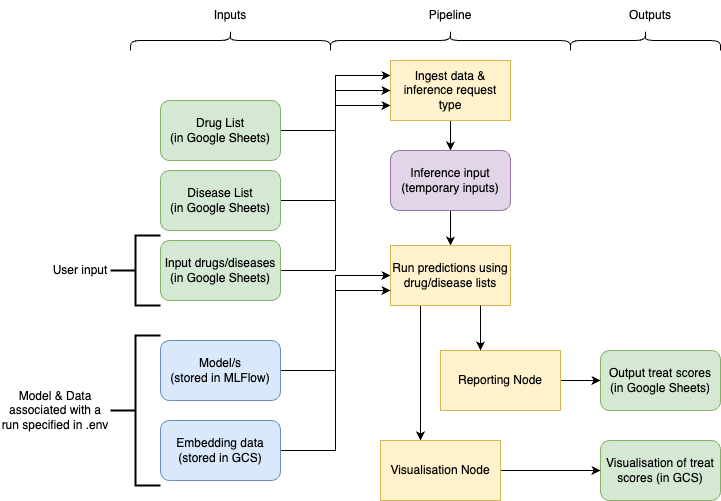
The draw.io diagram docs/src/assets/img/inference.drawio.png in everycure-org/matrix, before a commit. Source tidied: cells renumbered, new cells last; positions are measured from the earlier drawing's top-left corner, leaving out a move shared by most shapes.
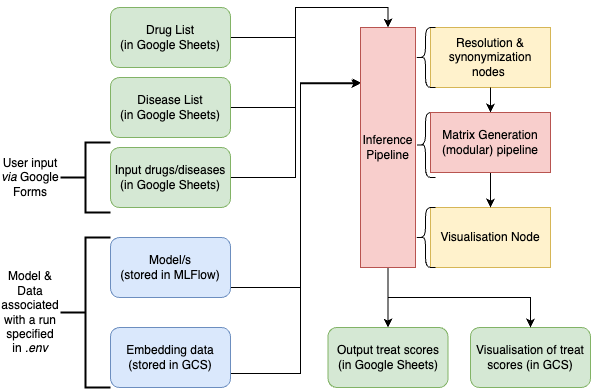
Above is the later version.

Change to the diagram source:
```diff
@@ -2,106 +2,101 @@
   <root>
     <mxCell id="0" />
     <mxCell id="1" parent="0" />
-    <mxCell id="2" style="edgeStyle=orthogonalEdgeStyle;rounded=0;jettySize=auto;html=1;exitX=1;exitY=0.5;exitDx=0;exitDy=0;entryX=0;entryY=0.5;entryDx=0;entryDy=0;" parent="1" edge="1" source="3" target="17">
-      <mxGeometry relative="1" as="geometry" />
+    <mxCell id="2" style="edgeStyle=orthogonalEdgeStyle;rounded=0;jettySize=auto;html=1;exitX=1;exitY=0.5;exitDx=0;exitDy=0;entryX=0.011;entryY=0.23;entryDx=0;entryDy=0;entryPerimeter=0;" parent="1" edge="1" target="40">
+      <mxGeometry relative="1" as="geometry">
+        <mxPoint x="240" y="440" as="sourcePoint" />
+        <Array as="points">
+          <mxPoint x="350" y="440" />
+          <mxPoint x="350" y="235" />
+        </Array>
+      </mxGeometry>
     </mxCell>
     <mxCell id="3" value="Model/s&lt;div&gt;(stored in MLFlow)&lt;/div&gt;" style="rounded=1;whiteSpace=wrap;html=1;fillColor=#dae8fc;strokeColor=#6c8ebf;" parent="1" vertex="1">
-      <mxGeometry x="160" y="420" width="120" height="60" as="geometry" />
+      <mxGeometry x="160" y="390" width="120" height="60" as="geometry" />
     </mxCell>
-    <mxCell id="4" style="edgeStyle=orthogonalEdgeStyle;rounded=0;jettySize=auto;html=1;exitX=1;exitY=0.5;exitDx=0;exitDy=0;entryX=0;entryY=0.75;entryDx=0;entryDy=0;" parent="1" edge="1" source="5" target="13">
+    <mxCell id="4" style="edgeStyle=orthogonalEdgeStyle;rounded=0;jettySize=auto;html=1;exitX=1;exitY=0.5;exitDx=0;exitDy=0;entryX=0.5;entryY=0;entryDx=0;entryDy=0;" parent="1" edge="1" source="5" target="40">
       <mxGeometry relative="1" as="geometry" />
     </mxCell>
     <mxCell id="5" value="Drug List&lt;div&gt;(in Google Sheets)&lt;/div&gt;" style="rounded=1;whiteSpace=wrap;html=1;fillColor=#d5e8d4;strokeColor=#82b366;" parent="1" vertex="1">
-      <mxGeometry x="160" y="180" width="120" height="60" as="geometry" />
+      <mxGeometry x="160" y="160" width="120" height="60" as="geometry" />
     </mxCell>
-    <mxCell id="6" style="edgeStyle=orthogonalEdgeStyle;rounded=0;jettySize=auto;html=1;exitX=1;exitY=0.5;exitDx=0;exitDy=0;entryX=0;entryY=0.25;entryDx=0;entryDy=0;" parent="1" edge="1" source="7" target="13">
+    <mxCell id="6" style="edgeStyle=orthogonalEdgeStyle;rounded=0;jettySize=auto;html=1;exitX=1;exitY=0.5;exitDx=0;exitDy=0;entryX=0.5;entryY=0;entryDx=0;entryDy=0;" parent="1" edge="1" source="7" target="40">
       <mxGeometry relative="1" as="geometry" />
     </mxCell>
     <mxCell id="7" value="Disease List&lt;div&gt;(in Google Sheets)&lt;/div&gt;" style="rounded=1;whiteSpace=wrap;html=1;fillColor=#d5e8d4;strokeColor=#82b366;" parent="1" vertex="1">
-      <mxGeometry x="160" y="250" width="120" height="60" as="geometry" />
+      <mxGeometry x="160" y="230" width="120" height="60" as="geometry" />
     </mxCell>
-    <mxCell id="8" style="edgeStyle=orthogonalEdgeStyle;rounded=0;jettySize=auto;html=1;exitX=1;exitY=0.5;exitDx=0;exitDy=0;entryX=0;entryY=0.5;entryDx=0;entryDy=0;" parent="1" edge="1" source="9" target="13">
+    <mxCell id="8" style="edgeStyle=orthogonalEdgeStyle;rounded=0;jettySize=auto;html=1;exitX=1;exitY=0.5;exitDx=0;exitDy=0;entryX=0.5;entryY=0;entryDx=0;entryDy=0;" parent="1" edge="1" source="9" target="40">
       <mxGeometry relative="1" as="geometry" />
     </mxCell>
     <mxCell id="9" value="Input drugs/diseases (in Google Sheets)" style="rounded=1;whiteSpace=wrap;html=1;fillColor=#d5e8d4;strokeColor=#82b366;" parent="1" vertex="1">
-      <mxGeometry x="160" y="320" width="120" height="60" as="geometry" />
+      <mxGeometry x="160" y="300" width="120" height="60" as="geometry" />
     </mxCell>
     <mxCell id="10" style="strokeWidth=2;html=1;shape=mxgraph.flowchart.annotation_2;align=left;labelPosition=right;" parent="1" vertex="1">
-      <mxGeometry x="110" y="315" width="50" height="70" as="geometry" />
+      <mxGeometry x="110" y="295" width="50" height="70" as="geometry" />
     </mxCell>
-    <mxCell id="11" value="User input" style="text;html=1;align=center;verticalAlign=middle;whiteSpace=wrap;rounded=0;" parent="1" vertex="1">
-      <mxGeometry x="50" y="335" width="60" height="30" as="geometry" />
+    <mxCell id="11" value="User input &lt;i&gt;via&lt;/i&gt; Google Forms" style="text;html=1;align=center;verticalAlign=middle;whiteSpace=wrap;rounded=0;" parent="1" vertex="1">
+      <mxGeometry x="50" y="315" width="60" height="30" as="geometry" />
     </mxCell>
-    <mxCell id="12" style="edgeStyle=orthogonalEdgeStyle;rounded=0;jettySize=auto;html=1;exitX=0.5;exitY=1;exitDx=0;exitDy=0;" parent="1" edge="1" source="13">
-      <mxGeometry relative="1" as="geometry">
-        <mxPoint x="450" y="230" as="targetPoint" />
-      </mxGeometry>
-    </mxCell>
-    <mxCell id="13" value="Ingest data &amp;amp; inference request type" style="rounded=0;whiteSpace=wrap;html=1;fillColor=#fff2cc;strokeColor=#d6b656;" parent="1" vertex="1">
-      <mxGeometry x="390" y="140" width="120" height="60" as="geometry" />
+    <mxCell id="13" value="Resolution &amp;amp; synonymization nodes&amp;nbsp;" style="rounded=0;whiteSpace=wrap;html=1;fillColor=#fff2cc;strokeColor=#d6b656;" parent="1" vertex="1">
+      <mxGeometry x="480" y="180" width="120" height="60" as="geometry" />
     </mxCell>
-    <mxCell id="14" style="edgeStyle=orthogonalEdgeStyle;rounded=0;jettySize=auto;html=1;exitX=0.5;exitY=1;exitDx=0;exitDy=0;entryX=0.5;entryY=0;entryDx=0;entryDy=0;" parent="1" edge="1" source="15" target="17">
-      <mxGeometry relative="1" as="geometry" />
-    </mxCell>
-    <mxCell id="15" value="Inference input (temporary inputs)" style="rounded=1;whiteSpace=wrap;html=1;fillColor=#e1d5e7;strokeColor=#9673a6;" parent="1" vertex="1">
-      <mxGeometry x="390" y="230" width="120" height="60" as="geometry" />
-    </mxCell>
-    <mxCell id="16" style="edgeStyle=orthogonalEdgeStyle;rounded=0;jettySize=auto;html=1;exitX=0.25;exitY=1;exitDx=0;exitDy=0;entryX=0.333;entryY=0;entryDx=0;entryDy=0;entryPerimeter=0;" parent="1" edge="1" source="17" target="25">
-      <mxGeometry relative="1" as="geometry" />
-    </mxCell>
-    <mxCell id="17" value="Run predictions using drug/disease lists" style="rounded=0;whiteSpace=wrap;html=1;fillColor=#fff2cc;strokeColor=#d6b656;" parent="1" vertex="1">
-      <mxGeometry x="390" y="325" width="120" height="60" as="geometry" />
-    </mxCell>
     <mxCell id="18" value="Output treat scores (in Google Sheets)" style="rounded=1;whiteSpace=wrap;html=1;fillColor=#d5e8d4;strokeColor=#82b366;" parent="1" vertex="1">
-      <mxGeometry x="600" y="430" width="120" height="60" as="geometry" />
+      <mxGeometry x="377.5" y="480" width="120" height="60" as="geometry" />
     </mxCell>
     <mxCell id="19" value="Visualisation of treat scores (in GCS)" style="rounded=1;whiteSpace=wrap;html=1;fillColor=#d5e8d4;strokeColor=#82b366;" parent="1" vertex="1">
-      <mxGeometry x="600" y="520" width="120" height="60" as="geometry" />
+      <mxGeometry x="520" y="480" width="120" height="60" as="geometry" />
     </mxCell>
-    <mxCell id="20" style="edgeStyle=orthogonalEdgeStyle;rounded=0;jettySize=auto;html=1;exitX=1;exitY=0.5;exitDx=0;exitDy=0;entryX=0;entryY=0.75;entryDx=0;entryDy=0;" parent="1" edge="1" source="21" target="17">
-      <mxGeometry relative="1" as="geometry" />
+    <mxCell id="20" style="edgeStyle=orthogonalEdgeStyle;rounded=0;jettySize=auto;html=1;exitX=1;exitY=0.5;exitDx=0;exitDy=0;entryX=-0.006;entryY=0.234;entryDx=0;entryDy=0;entryPerimeter=0;" parent="1" edge="1" target="40">
+      <mxGeometry relative="1" as="geometry">
+        <mxPoint x="240" y="525" as="sourcePoint" />
+        <Array as="points">
+          <mxPoint x="240" y="526" />
+          <mxPoint x="350" y="526" />
+          <mxPoint x="350" y="236" />
+        </Array>
+      </mxGeometry>
     </mxCell>
     <mxCell id="21" value="Embedding data (stored in GCS)" style="rounded=1;whiteSpace=wrap;html=1;fillColor=#dae8fc;strokeColor=#6c8ebf;" parent="1" vertex="1">
-      <mxGeometry x="160" y="500" width="120" height="60" as="geometry" />
+      <mxGeometry x="160" y="480" width="120" height="60" as="geometry" />
     </mxCell>
-    <mxCell id="22" style="edgeStyle=orthogonalEdgeStyle;rounded=0;jettySize=auto;html=1;exitX=1;exitY=0.5;exitDx=0;exitDy=0;" parent="1" edge="1" source="23" target="18">
-      <mxGeometry relative="1" as="geometry" />
-    </mxCell>
-    <mxCell id="23" value="Reporting Node" style="rounded=0;whiteSpace=wrap;html=1;fillColor=#fff2cc;strokeColor=#d6b656;" parent="1" vertex="1">
-      <mxGeometry x="440" y="430" width="120" height="60" as="geometry" />
-    </mxCell>
-    <mxCell id="24" style="edgeStyle=orthogonalEdgeStyle;rounded=0;jettySize=auto;html=1;exitX=1;exitY=0.5;exitDx=0;exitDy=0;entryX=0;entryY=0.5;entryDx=0;entryDy=0;" parent="1" edge="1" source="25" target="19">
-      <mxGeometry relative="1" as="geometry" />
-    </mxCell>
     <mxCell id="25" value="Visualisation Node" style="rounded=0;whiteSpace=wrap;html=1;fillColor=#fff2cc;strokeColor=#d6b656;" parent="1" vertex="1">
-      <mxGeometry x="380" y="520" width="120" height="60" as="geometry" />
+      <mxGeometry x="480" y="360" width="120" height="60" as="geometry" />
     </mxCell>
-    <mxCell id="26" value="Model &amp;amp; Data associated with a run specified in .env" style="text;html=1;align=center;verticalAlign=middle;whiteSpace=wrap;rounded=0;" parent="1" vertex="1">
-      <mxGeometry y="400" width="110" height="180" as="geometry" />
+    <mxCell id="26" value="Model &amp;amp; Data associated with a run specified in &lt;i&gt;.env&lt;/i&gt;" style="text;html=1;align=center;verticalAlign=middle;whiteSpace=wrap;rounded=0;" parent="1" vertex="1">
+      <mxGeometry x="50" y="405" width="60" height="120" as="geometry" />
     </mxCell>
     <mxCell id="27" style="strokeWidth=2;html=1;shape=mxgraph.flowchart.annotation_2;align=left;labelPosition=right;rotation=0;" parent="1" vertex="1">
-      <mxGeometry x="110" y="415" width="50" height="150" as="geometry" />
+      <mxGeometry x="110" y="390" width="50" height="150" as="geometry" />
     </mxCell>
-    <mxCell id="28" style="edgeStyle=orthogonalEdgeStyle;rounded=0;jettySize=auto;html=1;exitX=0.75;exitY=1;exitDx=0;exitDy=0;entryX=0.333;entryY=0;entryDx=0;entryDy=0;entryPerimeter=0;" parent="1" edge="1" source="17" target="23">
-      <mxGeometry relative="1" as="geometry" />
-    </mxCell>
-    <mxCell id="29" style="shape=curlyBracket;whiteSpace=wrap;html=1;rounded=1;flipH=1;labelPosition=right;verticalLabelPosition=middle;align=left;verticalAlign=middle;rotation=-90;" parent="1" vertex="1">
-      <mxGeometry x="440" width="20" height="240" as="geometry" />
-    </mxCell>
-    <mxCell id="30" style="shape=curlyBracket;whiteSpace=wrap;html=1;rounded=1;flipH=1;labelPosition=right;verticalLabelPosition=middle;align=left;verticalAlign=middle;rotation=-90;" parent="1" vertex="1">
-      <mxGeometry x="635" y="45" width="20" height="150" as="geometry" />
-    </mxCell>
-    <mxCell id="31" style="shape=curlyBracket;whiteSpace=wrap;html=1;rounded=1;flipH=1;labelPosition=right;verticalLabelPosition=middle;align=left;verticalAlign=middle;rotation=-90;" parent="1" vertex="1">
-      <mxGeometry x="220" y="20" width="20" height="200" as="geometry" />
-    </mxCell>
-    <mxCell id="32" value="Inputs" style="text;html=1;align=center;verticalAlign=middle;whiteSpace=wrap;rounded=0;" parent="1" vertex="1">
-      <mxGeometry x="200" y="80" width="60" height="30" as="geometry" />
-    </mxCell>
-    <mxCell id="33" value="Pipeline" style="text;html=1;align=center;verticalAlign=middle;whiteSpace=wrap;rounded=0;" parent="1" vertex="1">
-      <mxGeometry x="420" y="80" width="60" height="30" as="geometry" />
-    </mxCell>
-    <mxCell id="34" value="Outputs" style="text;html=1;align=center;verticalAlign=middle;whiteSpace=wrap;rounded=0;" parent="1" vertex="1">
-      <mxGeometry x="620" y="80" width="60" height="30" as="geometry" />
-    </mxCell>
+    <mxCell id="35" style="shape=curlyBracket;whiteSpace=wrap;html=1;rounded=1;labelPosition=left;verticalLabelPosition=middle;align=right;verticalAlign=middle;" parent="1" vertex="1">
+      <mxGeometry x="465" y="180" width="20" height="60" as="geometry" />
+    </mxCell>
+    <mxCell id="36" style="shape=curlyBracket;whiteSpace=wrap;html=1;rounded=1;labelPosition=left;verticalLabelPosition=middle;align=right;verticalAlign=middle;" parent="1" vertex="1">
+      <mxGeometry x="465" y="265" width="20" height="65" as="geometry" />
+    </mxCell>
+    <mxCell id="37" style="shape=curlyBracket;whiteSpace=wrap;html=1;rounded=1;labelPosition=left;verticalLabelPosition=middle;align=right;verticalAlign=middle;" parent="1" vertex="1">
+      <mxGeometry x="465" y="360" width="20" height="60" as="geometry" />
+    </mxCell>
+    <mxCell id="38" style="edgeStyle=orthogonalEdgeStyle;rounded=0;jettySize=auto;html=1;exitX=0.5;exitY=1;exitDx=0;exitDy=0;entryX=0.5;entryY=0;entryDx=0;entryDy=0;" parent="1" edge="1" source="40" target="18">
+      <mxGeometry relative="1" as="geometry" />
+    </mxCell>
+    <mxCell id="39" style="edgeStyle=orthogonalEdgeStyle;rounded=0;jettySize=auto;html=1;exitX=0.5;exitY=1;exitDx=0;exitDy=0;entryX=0.5;entryY=0;entryDx=0;entryDy=0;" parent="1" edge="1" source="40" target="19">
+      <mxGeometry relative="1" as="geometry" />
+    </mxCell>
+    <mxCell id="40" value="Inference&lt;div&gt;Pipeline&lt;/div&gt;" style="rounded=0;whiteSpace=wrap;html=1;fillColor=#f8cecc;strokeColor=#b85450;" parent="1" vertex="1">
+      <mxGeometry x="410" y="180" width="55" height="240" as="geometry" />
+    </mxCell>
+    <mxCell id="41" style="edgeStyle=orthogonalEdgeStyle;rounded=0;jettySize=auto;html=1;exitX=0.5;exitY=1;exitDx=0;exitDy=0;entryX=0.5;entryY=0;entryDx=0;entryDy=0;" parent="1" edge="1" source="13">
+      <mxGeometry relative="1" as="geometry">
+        <mxPoint x="540" y="265" as="targetPoint" />
+      </mxGeometry>
+    </mxCell>
+    <mxCell id="42" style="edgeStyle=orthogonalEdgeStyle;rounded=0;jettySize=auto;html=1;exitX=0.5;exitY=1;exitDx=0;exitDy=0;entryX=0.5;entryY=0;entryDx=0;entryDy=0;" parent="1" edge="1" source="43" target="25">
+      <mxGeometry relative="1" as="geometry" />
+    </mxCell>
+    <mxCell id="43" value="Matrix Generation (modular) pipeline" style="rounded=0;whiteSpace=wrap;html=1;fillColor=#f8cecc;strokeColor=#b85450;" parent="1" vertex="1">
+      <mxGeometry x="480" y="265" width="120" height="60" as="geometry" />
+    </mxCell>
   </root>
 </mxGraphModel>
```
